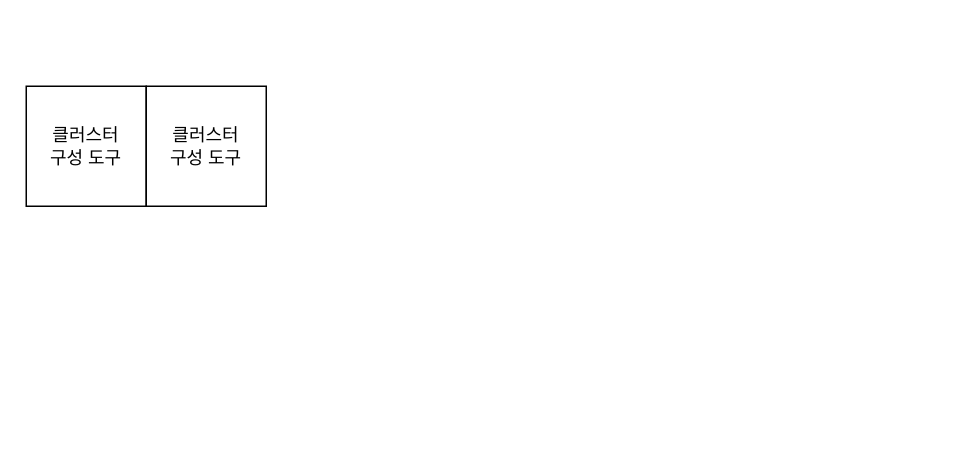
Earlier version of the draw.io diagram k8s.drawio (stardom3645/wiki). Source tidied: cells renumbered, new cells numbered last; positions are measured from the earlier drawing's top-left corner, leaving out a move shared by most shapes. Both pictures are drawn from the tidied source at 150%, with x=0, y=0 at pixel (26, 86).
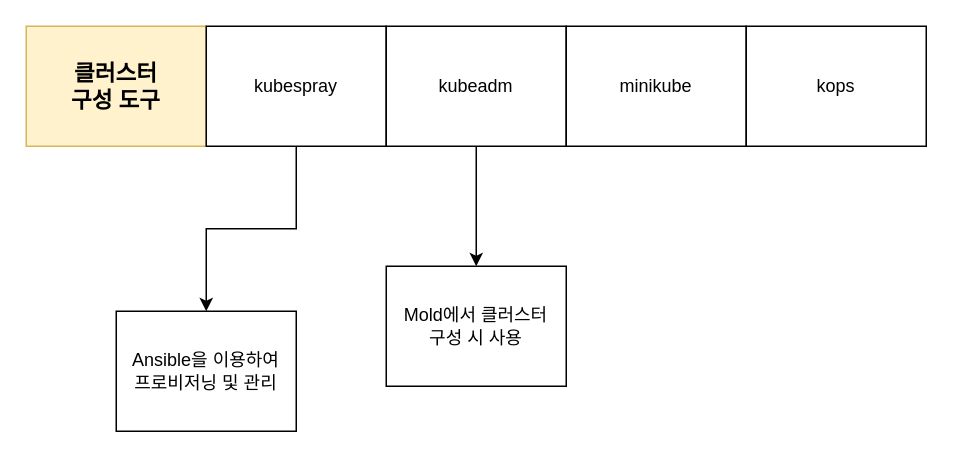
Above is the later version.

What changed in the source:
```diff
@@
 <mxGraphModel>
   <root>
     <mxCell id="0" />
     <mxCell id="1" parent="0" />
-    <mxCell id="2" value="클러스터&lt;br&gt;구성&amp;nbsp;도구" style="whiteSpace=wrap;html=1;" parent="1" vertex="1">
-      <mxGeometry width="80" height="80" as="geometry" />
-    </mxCell>
-    <mxCell id="3" value="클러스터&lt;br&gt;구성&amp;nbsp;도구" style="whiteSpace=wrap;html=1;" parent="1" vertex="1">
-      <mxGeometry x="80" width="80" height="80" as="geometry" />
-    </mxCell>
+    <mxCell id="4" value="&lt;font style=&quot;font-size: 15px&quot;&gt;&lt;b&gt;&lt;span&gt;클러스터&lt;/span&gt;&lt;br&gt;&lt;span&gt;구성&amp;nbsp;도구&lt;/span&gt;&lt;/b&gt;&lt;/font&gt;" style="rounded=0;whiteSpace=wrap;html=1;fillColor=#fff2cc;strokeColor=#d6b656;" parent="1" vertex="1">
+      <mxGeometry y="-40" width="120" height="80" as="geometry" />
+    </mxCell>
+    <mxCell id="5" style="edgeStyle=orthogonalEdgeStyle;rounded=0;jettySize=auto;html=1;fontSize=15;" parent="1" edge="1" source="6" target="11">
+      <mxGeometry relative="1" as="geometry" />
+    </mxCell>
+    <mxCell id="6" value="kubespray" style="rounded=0;whiteSpace=wrap;html=1;" parent="1" vertex="1">
+      <mxGeometry x="120" y="-40" width="120" height="80" as="geometry" />
+    </mxCell>
+    <mxCell id="7" style="edgeStyle=orthogonalEdgeStyle;rounded=0;jettySize=auto;html=1;fontSize=15;" parent="1" edge="1" source="8" target="12">
+      <mxGeometry relative="1" as="geometry" />
+    </mxCell>
+    <mxCell id="8" value="kubeadm" style="rounded=0;whiteSpace=wrap;html=1;" parent="1" vertex="1">
+      <mxGeometry x="240" y="-40" width="120" height="80" as="geometry" />
+    </mxCell>
+    <mxCell id="9" value="minikube" style="rounded=0;whiteSpace=wrap;html=1;" parent="1" vertex="1">
+      <mxGeometry x="360" y="-40" width="120" height="80" as="geometry" />
+    </mxCell>
+    <mxCell id="10" value="kops" style="rounded=0;whiteSpace=wrap;html=1;" parent="1" vertex="1">
+      <mxGeometry x="480" y="-40" width="120" height="80" as="geometry" />
+    </mxCell>
+    <mxCell id="11" value="Ansible을 이용하여&lt;br&gt;프로비저닝 및 관리" style="rounded=0;whiteSpace=wrap;html=1;" parent="1" vertex="1">
+      <mxGeometry x="60" y="150" width="120" height="80" as="geometry" />
+    </mxCell>
+    <mxCell id="12" value="Mold에서 클러스터&lt;br&gt;구성 시 사용" style="rounded=0;whiteSpace=wrap;html=1;" parent="1" vertex="1">
+      <mxGeometry x="240" y="120" width="120" height="80" as="geometry" />
+    </mxCell>
   </root>
 </mxGraphModel>
```
